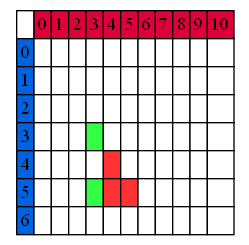
Before: Matriz.png, a diagram exported from Graphviz (MarisolPs618/IPC2_Proyecto1_202112395). Its source is kept beside it as Matriz.dot.
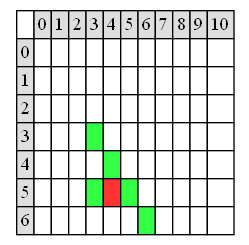
Above is the later version.

What changed in the source:
```diff
@@ -5,20 +5,20 @@
 label=<<table border='0' cellborder='1' cellspacing='0'>
 <tr>
 <td></td>
-<td bgcolor="#DE0039">0</td>
-<td bgcolor="#DE0039">1</td>
-<td bgcolor="#DE0039">2</td>
-<td bgcolor="#DE0039">3</td>
-<td bgcolor="#DE0039">4</td>
-<td bgcolor="#DE0039">5</td>
-<td bgcolor="#DE0039">6</td>
-<td bgcolor="#DE0039">7</td>
-<td bgcolor="#DE0039">8</td>
-<td bgcolor="#DE0039">9</td>
-<td bgcolor="#DE0039">10</td>
+<td bgcolor="gray87">0</td>
+<td bgcolor="gray87">1</td>
+<td bgcolor="gray87">2</td>
+<td bgcolor="gray87">3</td>
+<td bgcolor="gray87">4</td>
+<td bgcolor="gray87">5</td>
+<td bgcolor="gray87">6</td>
+<td bgcolor="gray87">7</td>
+<td bgcolor="gray87">8</td>
+<td bgcolor="gray87">9</td>
+<td bgcolor="gray87">10</td>
 </tr>
 <tr>
-<td bgcolor="#0062DE">0</td>
+<td bgcolor="gray87">0</td>
 <td bgcolor="white"></td>
 <td bgcolor="white"></td>
 <td bgcolor="white"></td>
@@ -32,7 +32,7 @@
 <td bgcolor="white"></td>
 </tr>
 <tr>
-<td bgcolor="#0062DE">1</td>
+<td bgcolor="gray87">1</td>
 <td bgcolor="white"></td>
 <td bgcolor="white"></td>
 <td bgcolor="white"></td>
@@ -46,7 +46,7 @@
 <td bgcolor="white"></td>
 </tr>
 <tr>
-<td bgcolor="#0062DE">2</td>
+<td bgcolor="gray87">2</td>
 <td bgcolor="white"></td>
 <td bgcolor="white"></td>
 <td bgcolor="white"></td>
@@ -60,7 +60,7 @@
 <td bgcolor="white"></td>
 </tr>
 <tr>
-<td bgcolor="#0062DE">3</td>
+<td bgcolor="gray87">3</td>
 <td bgcolor="white"></td>
 <td bgcolor="white"></td>
 <td bgcolor="white"></td>
@@ -74,12 +74,12 @@
 <td bgcolor="white"></td>
 </tr>
 <tr>
-<td bgcolor="#0062DE">4</td>
+<td bgcolor="gray87">4</td>
 <td bgcolor="white"></td>
 <td bgcolor="white"></td>
 <td bgcolor="white"></td>
 <td bgcolor="white"></td>
-<td bgcolor="#FF3333"></td>
+<td bgcolor="#33FF44"></td>
 <td bgcolor="white"></td>
 <td bgcolor="white"></td>
 <td bgcolor="white"></td>
@@ -88,13 +88,13 @@
 <td bgcolor="white"></td>
 </tr>
 <tr>
-<td bgcolor="#0062DE">5</td>
+<td bgcolor="gray87">5</td>
 <td bgcolor="white"></td>
 <td bgcolor="white"></td>
 <td bgcolor="white"></td>
 <td bgcolor="#33FF44"></td>
 <td bgcolor="#FF3333"></td>
-<td bgcolor="#FF3333"></td>
+<td bgcolor="#33FF44"></td>
 <td bgcolor="white"></td>
 <td bgcolor="white"></td>
 <td bgcolor="white"></td>
@@ -102,14 +102,14 @@
 <td bgcolor="white"></td>
 </tr>
 <tr>
-<td bgcolor="#0062DE">6</td>
+<td bgcolor="gray87">6</td>
 <td bgcolor="white"></td>
 <td bgcolor="white"></td>
 <td bgcolor="white"></td>
 <td bgcolor="white"></td>
 <td bgcolor="white"></td>
 <td bgcolor="white"></td>
-<td bgcolor="white"></td>
+<td bgcolor="#33FF44"></td>
 <td bgcolor="white"></td>
 <td bgcolor="white"></td>
 <td bgcolor="white"></td>
```
